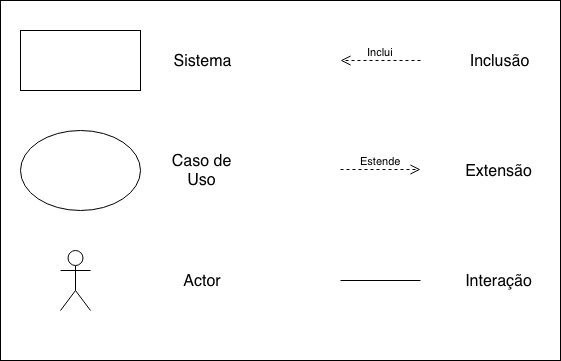
This is img/rf/legenda.png from BrunoGrifo/Tese, a draw.io export, as it was before one commit. Source tidied: cells renumbered, new cells last; positions are measured from the earlier drawing's top-left corner, leaving out a move shared by most shapes. The source it was exported from:
```xml
<mxGraphModel>
  <root>
    <mxCell id="0" />
    <mxCell id="1" parent="0" />
    <mxCell id="2" style="rounded=0;whiteSpace=wrap;html=1;" parent="1" vertex="1">
      <mxGeometry width="560" height="360" as="geometry" />
    </mxCell>
    <mxCell id="3" style="rounded=0;whiteSpace=wrap;html=1;" parent="1" vertex="1">
      <mxGeometry x="20" y="30" width="120" height="60" as="geometry" />
    </mxCell>
    <mxCell id="4" style="ellipse;whiteSpace=wrap;html=1;" parent="1" vertex="1">
      <mxGeometry x="20" y="130" width="120" height="80" as="geometry" />
    </mxCell>
    <mxCell id="5" style="shape=umlActor;verticalLabelPosition=bottom;labelBackgroundColor=#ffffff;verticalAlign=top;html=1;" parent="1" vertex="1">
      <mxGeometry x="60" y="250" width="30" height="60" as="geometry" />
    </mxCell>
    <mxCell id="6" value="Inclui" style="html=1;verticalAlign=bottom;endArrow=open;dashed=1;endSize=8;" parent="1" edge="1">
      <mxGeometry relative="1" as="geometry">
        <mxPoint x="420" y="60" as="sourcePoint" />
        <mxPoint x="340" y="60" as="targetPoint" />
      </mxGeometry>
    </mxCell>
    <mxCell id="7" value="Estende" style="html=1;verticalAlign=bottom;endArrow=open;dashed=1;endSize=8;" parent="1" edge="1">
      <mxGeometry relative="1" as="geometry">
        <mxPoint x="340" y="169" as="sourcePoint" />
        <mxPoint x="420" y="169" as="targetPoint" />
      </mxGeometry>
    </mxCell>
    <mxCell id="8" value="&lt;font style=&quot;font-size: 16px&quot;&gt;Actor&lt;/font&gt;" style="text;html=1;strokeColor=none;fillColor=none;align=center;verticalAlign=middle;whiteSpace=wrap;rounded=0;" parent="1" vertex="1">
      <mxGeometry x="181.5" y="270" width="40" height="20" as="geometry" />
    </mxCell>
    <mxCell id="9" value="&lt;font style=&quot;font-size: 16px&quot;&gt;Caso de Uso&lt;/font&gt;" style="text;html=1;strokeColor=none;fillColor=none;align=center;verticalAlign=middle;whiteSpace=wrap;rounded=0;" parent="1" vertex="1">
      <mxGeometry x="163" y="160" width="77" height="20" as="geometry" />
    </mxCell>
    <mxCell id="10" value="&lt;font style=&quot;font-size: 16px&quot;&gt;Sistema&lt;/font&gt;" style="text;html=1;strokeColor=none;fillColor=none;align=center;verticalAlign=middle;whiteSpace=wrap;rounded=0;" parent="1" vertex="1">
      <mxGeometry x="163" y="50" width="77" height="20" as="geometry" />
    </mxCell>
    <mxCell id="11" style="endArrow=none;html=1;" parent="1" edge="1">
      <mxGeometry relative="1" as="geometry">
        <mxPoint x="340" y="280" as="sourcePoint" />
        <mxPoint x="420" y="280" as="targetPoint" />
      </mxGeometry>
    </mxCell>
    <mxCell id="12" value="&lt;font style=&quot;font-size: 16px&quot;&gt;Inclusão&lt;/font&gt;" style="text;html=1;strokeColor=none;fillColor=none;align=center;verticalAlign=middle;whiteSpace=wrap;rounded=0;" parent="1" vertex="1">
      <mxGeometry x="460" y="50" width="77" height="20" as="geometry" />
    </mxCell>
    <mxCell id="13" value="&lt;font style=&quot;font-size: 16px&quot;&gt;Extensão&lt;/font&gt;" style="text;html=1;strokeColor=none;fillColor=none;align=center;verticalAlign=middle;whiteSpace=wrap;rounded=0;" parent="1" vertex="1">
      <mxGeometry x="460" y="160" width="77" height="20" as="geometry" />
    </mxCell>
    <mxCell id="14" value="&lt;font style=&quot;font-size: 16px&quot;&gt;Interação&lt;/font&gt;" style="text;html=1;strokeColor=none;fillColor=none;align=center;verticalAlign=middle;whiteSpace=wrap;rounded=0;" parent="1" vertex="1">
      <mxGeometry x="460" y="270" width="77" height="20" as="geometry" />
    </mxCell>
  </root>
</mxGraphModel>
```
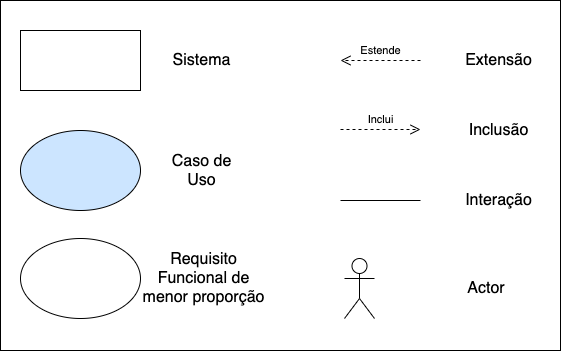
The same file after the commit.

Change to the diagram source:
```diff
@@ -3,31 +3,31 @@
     <mxCell id="0" />
     <mxCell id="1" parent="0" />
     <mxCell id="2" style="rounded=0;whiteSpace=wrap;html=1;" parent="1" vertex="1">
-      <mxGeometry width="560" height="360" as="geometry" />
+      <mxGeometry width="560" height="350" as="geometry" />
     </mxCell>
     <mxCell id="3" style="rounded=0;whiteSpace=wrap;html=1;" parent="1" vertex="1">
       <mxGeometry x="20" y="30" width="120" height="60" as="geometry" />
     </mxCell>
-    <mxCell id="4" style="ellipse;whiteSpace=wrap;html=1;" parent="1" vertex="1">
+    <mxCell id="4" style="ellipse;whiteSpace=wrap;html=1;fillColor=#CCE5FF;" parent="1" vertex="1">
       <mxGeometry x="20" y="130" width="120" height="80" as="geometry" />
     </mxCell>
     <mxCell id="5" style="shape=umlActor;verticalLabelPosition=bottom;labelBackgroundColor=#ffffff;verticalAlign=top;html=1;" parent="1" vertex="1">
-      <mxGeometry x="60" y="250" width="30" height="60" as="geometry" />
+      <mxGeometry x="344" y="258" width="30" height="60" as="geometry" />
     </mxCell>
-    <mxCell id="6" value="Inclui" style="html=1;verticalAlign=bottom;endArrow=open;dashed=1;endSize=8;" parent="1" edge="1">
+    <mxCell id="6" value="Estende" style="html=1;verticalAlign=bottom;endArrow=open;dashed=1;endSize=8;" parent="1" edge="1">
       <mxGeometry relative="1" as="geometry">
         <mxPoint x="420" y="60" as="sourcePoint" />
         <mxPoint x="340" y="60" as="targetPoint" />
       </mxGeometry>
     </mxCell>
-    <mxCell id="7" value="Estende" style="html=1;verticalAlign=bottom;endArrow=open;dashed=1;endSize=8;" parent="1" edge="1">
+    <mxCell id="7" value="Inclui" style="html=1;verticalAlign=bottom;endArrow=open;dashed=1;endSize=8;" parent="1" edge="1">
       <mxGeometry relative="1" as="geometry">
-        <mxPoint x="340" y="169" as="sourcePoint" />
-        <mxPoint x="420" y="169" as="targetPoint" />
+        <mxPoint x="340" y="129" as="sourcePoint" />
+        <mxPoint x="420" y="129" as="targetPoint" />
       </mxGeometry>
     </mxCell>
     <mxCell id="8" value="&lt;font style=&quot;font-size: 16px&quot;&gt;Actor&lt;/font&gt;" style="text;html=1;strokeColor=none;fillColor=none;align=center;verticalAlign=middle;whiteSpace=wrap;rounded=0;" parent="1" vertex="1">
-      <mxGeometry x="181.5" y="270" width="40" height="20" as="geometry" />
+      <mxGeometry x="465.5" y="278" width="40" height="20" as="geometry" />
     </mxCell>
     <mxCell id="9" value="&lt;font style=&quot;font-size: 16px&quot;&gt;Caso de Uso&lt;/font&gt;" style="text;html=1;strokeColor=none;fillColor=none;align=center;verticalAlign=middle;whiteSpace=wrap;rounded=0;" parent="1" vertex="1">
       <mxGeometry x="163" y="160" width="77" height="20" as="geometry" />
@@ -37,18 +37,24 @@
     </mxCell>
     <mxCell id="11" style="endArrow=none;html=1;" parent="1" edge="1">
       <mxGeometry relative="1" as="geometry">
-        <mxPoint x="340" y="280" as="sourcePoint" />
-        <mxPoint x="420" y="280" as="targetPoint" />
+        <mxPoint x="340" y="200" as="sourcePoint" />
+        <mxPoint x="420" y="200" as="targetPoint" />
       </mxGeometry>
     </mxCell>
-    <mxCell id="12" value="&lt;font style=&quot;font-size: 16px&quot;&gt;Inclusão&lt;/font&gt;" style="text;html=1;strokeColor=none;fillColor=none;align=center;verticalAlign=middle;whiteSpace=wrap;rounded=0;" parent="1" vertex="1">
+    <mxCell id="12" value="&lt;span style=&quot;font-size: 16px&quot;&gt;Extensão&lt;/span&gt;" style="text;html=1;strokeColor=none;fillColor=none;align=center;verticalAlign=middle;whiteSpace=wrap;rounded=0;" parent="1" vertex="1">
       <mxGeometry x="460" y="50" width="77" height="20" as="geometry" />
     </mxCell>
-    <mxCell id="13" value="&lt;font style=&quot;font-size: 16px&quot;&gt;Extensão&lt;/font&gt;" style="text;html=1;strokeColor=none;fillColor=none;align=center;verticalAlign=middle;whiteSpace=wrap;rounded=0;" parent="1" vertex="1">
-      <mxGeometry x="460" y="160" width="77" height="20" as="geometry" />
+    <mxCell id="13" value="&lt;font style=&quot;font-size: 16px&quot;&gt;Inclusão&lt;/font&gt;" style="text;html=1;strokeColor=none;fillColor=none;align=center;verticalAlign=middle;whiteSpace=wrap;rounded=0;" parent="1" vertex="1">
+      <mxGeometry x="460" y="120" width="77" height="20" as="geometry" />
     </mxCell>
     <mxCell id="14" value="&lt;font style=&quot;font-size: 16px&quot;&gt;Interação&lt;/font&gt;" style="text;html=1;strokeColor=none;fillColor=none;align=center;verticalAlign=middle;whiteSpace=wrap;rounded=0;" parent="1" vertex="1">
-      <mxGeometry x="460" y="270" width="77" height="20" as="geometry" />
+      <mxGeometry x="460" y="190" width="77" height="20" as="geometry" />
     </mxCell>
+    <mxCell id="15" style="ellipse;whiteSpace=wrap;html=1;" parent="1" vertex="1">
+      <mxGeometry x="20" y="238" width="120" height="80" as="geometry" />
+    </mxCell>
+    <mxCell id="16" value="&lt;span style=&quot;font-size: 16px&quot;&gt;Requisito Funcional de menor proporção&lt;/span&gt;" style="text;html=1;strokeColor=none;fillColor=none;align=center;verticalAlign=middle;whiteSpace=wrap;rounded=0;" parent="1" vertex="1">
+      <mxGeometry x="140" y="268" width="127" height="20" as="geometry" />
+    </mxCell>
   </root>
 </mxGraphModel>
```
